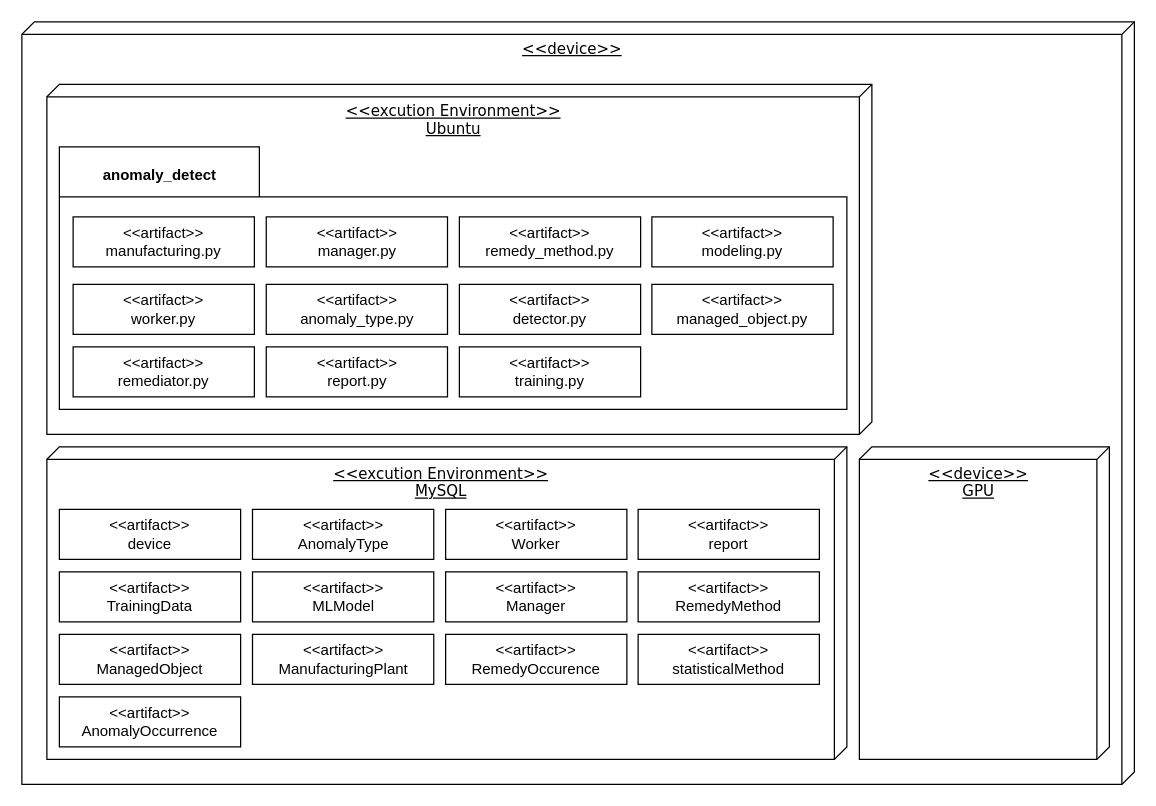
This is aa_deployment_diagram.drawio from ShineSoYoung/TEST, a draw.io file, before an edit. Source tidied: cells renumbered, new cells numbered last; positions are measured from the earlier drawing's top-left corner, leaving out a move shared by most shapes. Both pictures are drawn from the tidied source at 125%, with x=0, y=0 at pixel (21, 21).
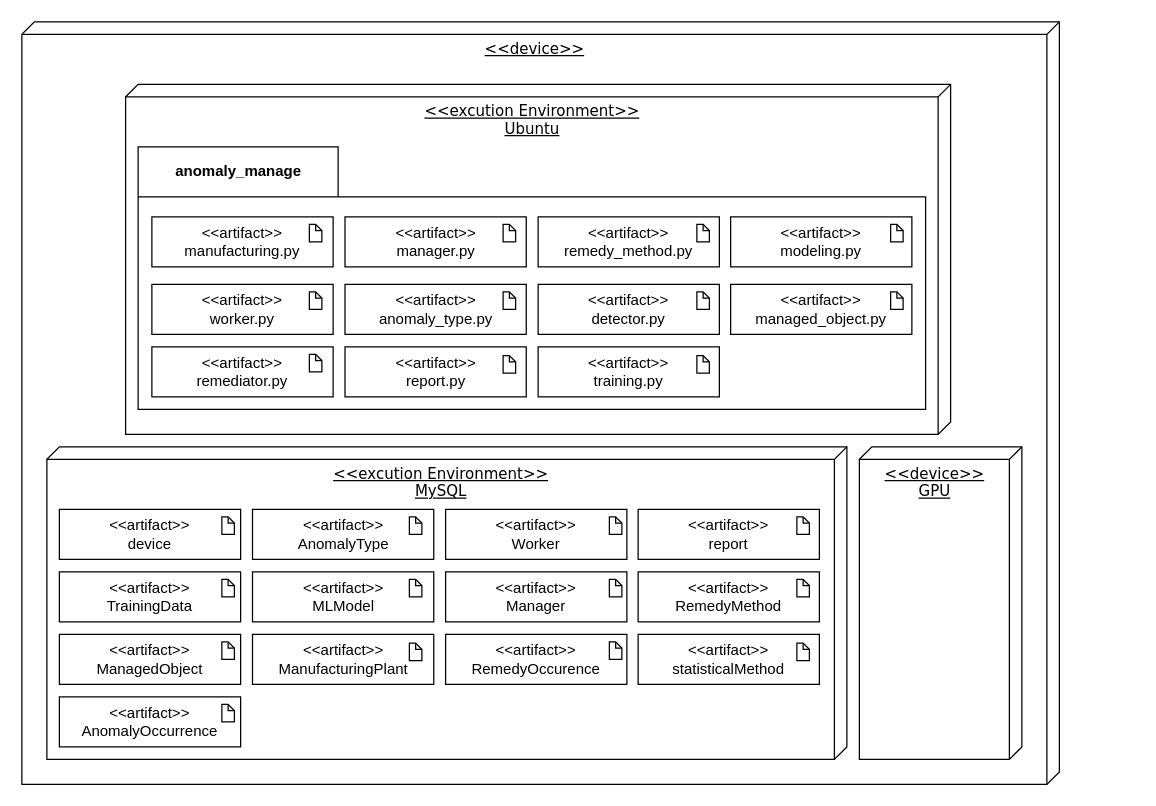
Above is the later version.

Diff of the diagram source:
```diff
@@
     <mxCell id="2" value="&amp;lt;&amp;lt;device&amp;gt;&amp;gt; &lt;br&gt;" style="verticalAlign=top;align=center;spacingTop=8;spacingLeft=2;spacingRight=12;shape=cube;size=10;direction=south;fontStyle=4;html=1;rounded=0;shadow=0;comic=0;labelBackgroundColor=none;strokeWidth=1;fontFamily=Verdana;fontSize=12;" parent="1" vertex="1">
-      <mxGeometry width="890" height="610" as="geometry" />
+      <mxGeometry width="830" height="610" as="geometry" />
     </mxCell>
     <mxCell id="3" value="&amp;lt;&amp;lt;excution Environment&amp;gt;&amp;gt;&lt;br&gt;Ubuntu" style="verticalAlign=top;align=center;spacingTop=8;spacingLeft=2;spacingRight=12;shape=cube;size=10;direction=south;fontStyle=4;html=1;rounded=0;shadow=0;comic=0;labelBackgroundColor=none;strokeWidth=1;fontFamily=Verdana;fontSize=12;" parent="1" vertex="1">
-      <mxGeometry x="20" y="50" width="660" height="280" as="geometry" />
+      <mxGeometry x="83" y="50" width="660" height="280" as="geometry" />
     </mxCell>
@@
     <mxCell id="18" value="&amp;lt;&amp;lt;device&amp;gt;&amp;gt; &lt;br&gt;GPU" style="verticalAlign=top;align=center;spacingTop=8;spacingLeft=2;spacingRight=12;shape=cube;size=10;direction=south;fontStyle=4;html=1;rounded=0;shadow=0;comic=0;labelBackgroundColor=none;strokeWidth=1;fontFamily=Verdana;fontSize=12;" parent="1" vertex="1">
-      <mxGeometry x="670" y="340" width="200" height="250" as="geometry" />
+      <mxGeometry x="670" y="340" width="130" height="250" as="geometry" />
     </mxCell>
     <mxCell id="19" style="shape=folder;fontStyle=1;spacingTop=10;tabWidth=160;tabHeight=40;tabPosition=left;html=1;whiteSpace=wrap;" parent="1" vertex="1">
-      <mxGeometry x="30" y="100" width="630" height="210" as="geometry" />
+      <mxGeometry x="93" y="100" width="630" height="210" as="geometry" />
     </mxCell>
     <mxCell id="20" value="&amp;lt;&amp;lt;artifact&amp;gt;&amp;gt;&lt;br style=&quot;border-color: var(--border-color);&quot;&gt;manufacturing.py" style="rounded=0;whiteSpace=wrap;html=1;" parent="1" vertex="1">
-      <mxGeometry x="41" y="156" width="145" height="40" as="geometry" />
+      <mxGeometry x="104" y="156" width="145" height="40" as="geometry" />
     </mxCell>
     <mxCell id="21" value="&amp;lt;&amp;lt;artifact&amp;gt;&amp;gt;&lt;br style=&quot;border-color: var(--border-color);&quot;&gt;modeling.py" style="rounded=0;whiteSpace=wrap;html=1;" parent="1" vertex="1">
-      <mxGeometry x="504" y="156" width="145" height="40" as="geometry" />
+      <mxGeometry x="567" y="156" width="145" height="40" as="geometry" />
     </mxCell>
     <mxCell id="22" value="&amp;lt;&amp;lt;artifact&amp;gt;&amp;gt;&lt;br style=&quot;border-color: var(--border-color);&quot;&gt;manager.py" style="rounded=0;whiteSpace=wrap;html=1;" parent="1" vertex="1">
-      <mxGeometry x="195.5" y="156" width="145" height="40" as="geometry" />
+      <mxGeometry x="258.5" y="156" width="145" height="40" as="geometry" />
     </mxCell>
     <mxCell id="23" value="&amp;lt;&amp;lt;artifact&amp;gt;&amp;gt;&lt;br style=&quot;border-color: var(--border-color);&quot;&gt;remedy_method.py" style="rounded=0;whiteSpace=wrap;html=1;" parent="1" vertex="1">
-      <mxGeometry x="350" y="156" width="145" height="40" as="geometry" />
+      <mxGeometry x="413" y="156" width="145" height="40" as="geometry" />
     </mxCell>
     <mxCell id="24" value="&amp;lt;&amp;lt;artifact&amp;gt;&amp;gt;&lt;br style=&quot;border-color: var(--border-color);&quot;&gt;worker.py" style="rounded=0;whiteSpace=wrap;html=1;" parent="1" vertex="1">
-      <mxGeometry x="41" y="210" width="145" height="40" as="geometry" />
+      <mxGeometry x="104" y="210" width="145" height="40" as="geometry" />
     </mxCell>
     <mxCell id="25" value="&amp;lt;&amp;lt;artifact&amp;gt;&amp;gt;&lt;br style=&quot;border-color: var(--border-color);&quot;&gt;anomaly_type.py" style="rounded=0;whiteSpace=wrap;html=1;" parent="1" vertex="1">
-      <mxGeometry x="195.5" y="210" width="145" height="40" as="geometry" />
+      <mxGeometry x="258.5" y="210" width="145" height="40" as="geometry" />
     </mxCell>
     <mxCell id="26" value="&amp;lt;&amp;lt;artifact&amp;gt;&amp;gt;&lt;br style=&quot;border-color: var(--border-color);&quot;&gt;managed_object.py" style="rounded=0;whiteSpace=wrap;html=1;" parent="1" vertex="1">
-      <mxGeometry x="504" y="210" width="145" height="40" as="geometry" />
+      <mxGeometry x="567" y="210" width="145" height="40" as="geometry" />
     </mxCell>
     <mxCell id="27" value="&amp;lt;&amp;lt;artifact&amp;gt;&amp;gt;&lt;br style=&quot;border-color: var(--border-color);&quot;&gt;remediator.py" style="rounded=0;whiteSpace=wrap;html=1;" parent="1" vertex="1">
-      <mxGeometry x="41" y="260" width="145" height="40" as="geometry" />
+      <mxGeometry x="104" y="260" width="145" height="40" as="geometry" />
     </mxCell>
     <mxCell id="28" value="&amp;lt;&amp;lt;artifact&amp;gt;&amp;gt;&lt;br style=&quot;border-color: var(--border-color);&quot;&gt;detector.py" style="rounded=0;whiteSpace=wrap;html=1;" parent="1" vertex="1">
-      <mxGeometry x="350" y="210" width="145" height="40" as="geometry" />
+      <mxGeometry x="413" y="210" width="145" height="40" as="geometry" />
     </mxCell>
     <mxCell id="29" value="&amp;lt;&amp;lt;artifact&amp;gt;&amp;gt;&lt;br style=&quot;border-color: var(--border-color);&quot;&gt;training.py" style="rounded=0;whiteSpace=wrap;html=1;" parent="1" vertex="1">
-      <mxGeometry x="350" y="260" width="145" height="40" as="geometry" />
+      <mxGeometry x="413" y="260" width="145" height="40" as="geometry" />
     </mxCell>
     <mxCell id="30" value="&amp;lt;&amp;lt;artifact&amp;gt;&amp;gt;&lt;br style=&quot;border-color: var(--border-color);&quot;&gt;report.py" style="rounded=0;whiteSpace=wrap;html=1;" parent="1" vertex="1">
-      <mxGeometry x="195.5" y="260" width="145" height="40" as="geometry" />
+      <mxGeometry x="258.5" y="260" width="145" height="40" as="geometry" />
     </mxCell>
-    <mxCell id="31" value="anomaly_detect" style="text;align=center;fontStyle=1;verticalAlign=middle;spacingLeft=3;spacingRight=3;strokeColor=none;html=1;" parent="1" vertex="1">
-      <mxGeometry x="70" y="110" width="80" height="26" as="geometry" />
+    <mxCell id="31" value="anomaly_manage" style="text;align=center;fontStyle=1;verticalAlign=middle;spacingLeft=3;spacingRight=3;html=1;" parent="1" vertex="1">
+      <mxGeometry x="133" y="107" width="80" height="26" as="geometry" />
     </mxCell>
+    <mxCell id="32" style="shape=note;whiteSpace=wrap;html=1;backgroundOutline=1;darkOpacity=0.05;size=5;" parent="1" vertex="1">
+      <mxGeometry x="230" y="162" width="10" height="14" as="geometry" />
+    </mxCell>
+    <mxCell id="33" style="shape=note;whiteSpace=wrap;html=1;backgroundOutline=1;darkOpacity=0.05;size=5;" parent="1" vertex="1">
+      <mxGeometry x="230" y="216" width="10" height="14" as="geometry" />
+    </mxCell>
+    <mxCell id="34" style="shape=note;whiteSpace=wrap;html=1;backgroundOutline=1;darkOpacity=0.05;size=5;" parent="1" vertex="1">
+      <mxGeometry x="230" y="266" width="10" height="14" as="geometry" />
+    </mxCell>
+    <mxCell id="35" style="shape=note;whiteSpace=wrap;html=1;backgroundOutline=1;darkOpacity=0.05;size=5;" parent="1" vertex="1">
+      <mxGeometry x="385" y="162" width="10" height="14" as="geometry" />
+    </mxCell>
+    <mxCell id="36" style="shape=note;whiteSpace=wrap;html=1;backgroundOutline=1;darkOpacity=0.05;size=5;" parent="1" vertex="1">
+      <mxGeometry x="385" y="216" width="10" height="14" as="geometry" />
+    </mxCell>
+    <mxCell id="37" style="shape=note;whiteSpace=wrap;html=1;backgroundOutline=1;darkOpacity=0.05;size=5;" parent="1" vertex="1">
+      <mxGeometry x="385" y="267" width="10" height="14" as="geometry" />
+    </mxCell>
+    <mxCell id="38" style="shape=note;whiteSpace=wrap;html=1;backgroundOutline=1;darkOpacity=0.05;size=5;" parent="1" vertex="1">
+      <mxGeometry x="540" y="162" width="10" height="14" as="geometry" />
+    </mxCell>
+    <mxCell id="39" style="shape=note;whiteSpace=wrap;html=1;backgroundOutline=1;darkOpacity=0.05;size=5;" parent="1" vertex="1">
+      <mxGeometry x="540" y="216" width="10" height="14" as="geometry" />
+    </mxCell>
+    <mxCell id="40" style="shape=note;whiteSpace=wrap;html=1;backgroundOutline=1;darkOpacity=0.05;size=5;" parent="1" vertex="1">
+      <mxGeometry x="540" y="267" width="10" height="14" as="geometry" />
+    </mxCell>
+    <mxCell id="41" style="shape=note;whiteSpace=wrap;html=1;backgroundOutline=1;darkOpacity=0.05;size=5;" parent="1" vertex="1">
+      <mxGeometry x="695" y="162" width="10" height="14" as="geometry" />
+    </mxCell>
+    <mxCell id="42" style="shape=note;whiteSpace=wrap;html=1;backgroundOutline=1;darkOpacity=0.05;size=5;" parent="1" vertex="1">
+      <mxGeometry x="695" y="216" width="10" height="14" as="geometry" />
+    </mxCell>
+    <mxCell id="43" style="shape=note;whiteSpace=wrap;html=1;backgroundOutline=1;darkOpacity=0.05;size=5;" parent="1" vertex="1">
+      <mxGeometry x="620" y="396" width="10" height="14" as="geometry" />
+    </mxCell>
+    <mxCell id="44" style="shape=note;whiteSpace=wrap;html=1;backgroundOutline=1;darkOpacity=0.05;size=5;" parent="1" vertex="1">
+      <mxGeometry x="620" y="446" width="10" height="14" as="geometry" />
+    </mxCell>
+    <mxCell id="45" style="shape=note;whiteSpace=wrap;html=1;backgroundOutline=1;darkOpacity=0.05;size=5;" parent="1" vertex="1">
+      <mxGeometry x="620" y="497" width="10" height="14" as="geometry" />
+    </mxCell>
+    <mxCell id="46" style="shape=note;whiteSpace=wrap;html=1;backgroundOutline=1;darkOpacity=0.05;size=5;" parent="1" vertex="1">
+      <mxGeometry x="470" y="396" width="10" height="14" as="geometry" />
+    </mxCell>
+    <mxCell id="47" style="shape=note;whiteSpace=wrap;html=1;backgroundOutline=1;darkOpacity=0.05;size=5;" parent="1" vertex="1">
+      <mxGeometry x="470" y="446" width="10" height="14" as="geometry" />
+    </mxCell>
+    <mxCell id="48" style="shape=note;whiteSpace=wrap;html=1;backgroundOutline=1;darkOpacity=0.05;size=5;" parent="1" vertex="1">
+      <mxGeometry x="470" y="496" width="10" height="14" as="geometry" />
+    </mxCell>
+    <mxCell id="49" style="shape=note;whiteSpace=wrap;html=1;backgroundOutline=1;darkOpacity=0.05;size=5;" parent="1" vertex="1">
+      <mxGeometry x="310" y="396" width="10" height="14" as="geometry" />
+    </mxCell>
+    <mxCell id="50" style="shape=note;whiteSpace=wrap;html=1;backgroundOutline=1;darkOpacity=0.05;size=5;" parent="1" vertex="1">
+      <mxGeometry x="310" y="446" width="10" height="14" as="geometry" />
+    </mxCell>
+    <mxCell id="51" style="shape=note;whiteSpace=wrap;html=1;backgroundOutline=1;darkOpacity=0.05;size=5;" parent="1" vertex="1">
+      <mxGeometry x="310" y="497" width="10" height="14" as="geometry" />
+    </mxCell>
+    <mxCell id="52" style="shape=note;whiteSpace=wrap;html=1;backgroundOutline=1;darkOpacity=0.05;size=5;" parent="1" vertex="1">
+      <mxGeometry x="160" y="396" width="10" height="14" as="geometry" />
+    </mxCell>
+    <mxCell id="53" style="shape=note;whiteSpace=wrap;html=1;backgroundOutline=1;darkOpacity=0.05;size=5;" parent="1" vertex="1">
+      <mxGeometry x="160" y="446" width="10" height="14" as="geometry" />
+    </mxCell>
+    <mxCell id="54" style="shape=note;whiteSpace=wrap;html=1;backgroundOutline=1;darkOpacity=0.05;size=5;" parent="1" vertex="1">
+      <mxGeometry x="160" y="496" width="10" height="14" as="geometry" />
+    </mxCell>
+    <mxCell id="55" style="shape=note;whiteSpace=wrap;html=1;backgroundOutline=1;darkOpacity=0.05;size=5;" parent="1" vertex="1">
+      <mxGeometry x="160" y="546" width="10" height="14" as="geometry" />
+    </mxCell>
```
